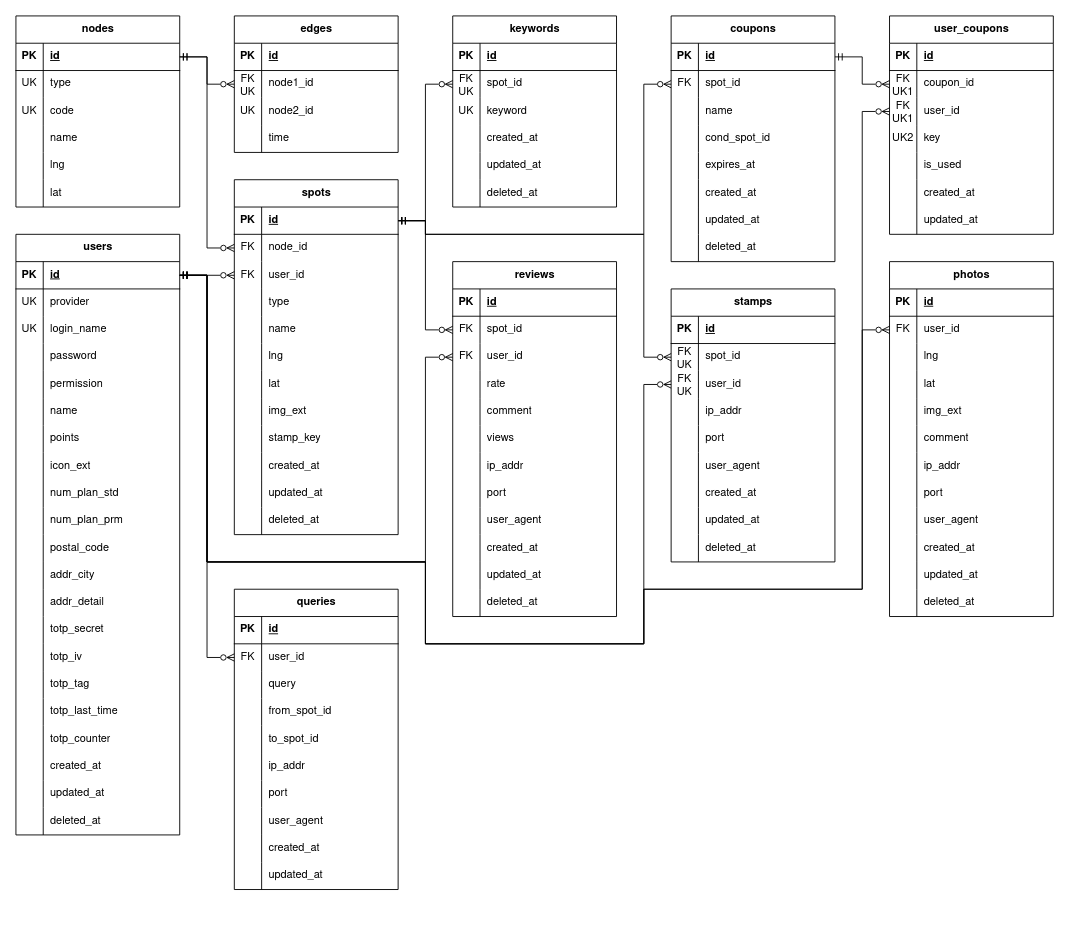
r02092/se2025 keeps this draw.io diagram as docs/figure/gaibu-er.drawio. Above is the earlier version. Source tidied: cells renumbered, new cells numbered last; positions are measured from the earlier drawing's top-left corner, leaving out a move shared by most shapes. Both pictures are drawn from the tidied source at 91%, with x=0, y=0 at pixel (15, 15).
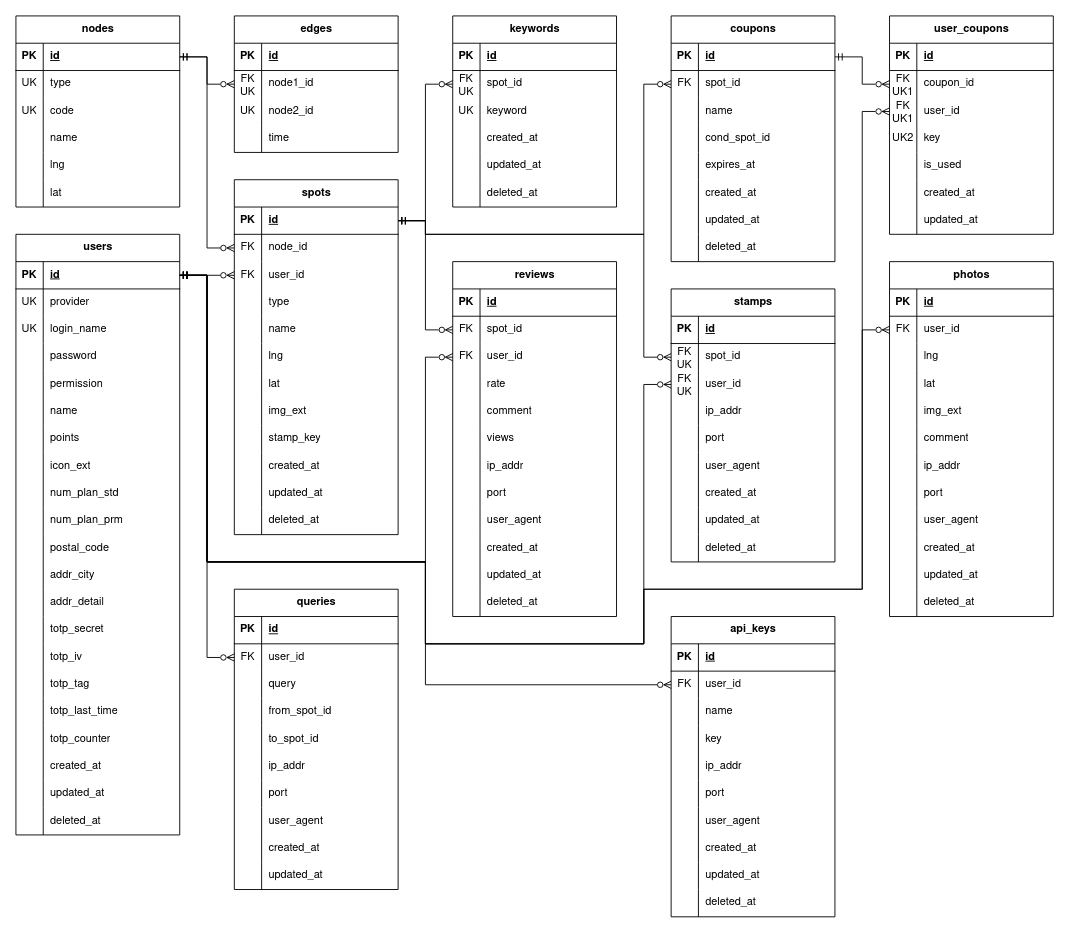
After the change.

The change refers to these unchanged cells:
```xml
<mxCell id="74" style="shape=tableRow;horizontal=0;startSize=0;swimlaneHead=0;swimlaneBody=0;fillColor=none;points=[[0,0.5],[1,0.5]];portConstraint=eastwest;top=0;left=0;right=0;bottom=1;fontFamily=Nimbus Sans;" parent="73" vertex="1">
  <mxGeometry y="30" width="180" height="30" as="geometry" />
</mxCell>
```

Diff of the diagram source:
```diff
@@
+    <mxCell id="347" value="api_keys" style="shape=table;startSize=30;childLayout=tableLayout;rowLines=0;fontStyle=1;align=center;html=1;fontFamily=Nimbus Sans;" parent="1" vertex="1">
+      <mxGeometry x="720" y="660" width="180" height="330" as="geometry" />
+    </mxCell>
+    <mxCell id="348" style="shape=tableRow;horizontal=0;startSize=0;swimlaneHead=0;swimlaneBody=0;fillColor=none;top=0;left=0;right=0;bottom=1;fontFamily=Nimbus Sans;" parent="347" vertex="1">
+      <mxGeometry y="30" width="180" height="30" as="geometry" />
+    </mxCell>
+    <mxCell id="349" value="PK" style="shape=partialRectangle;fillColor=none;top=0;left=0;bottom=0;right=0;fontStyle=1;overflow=hidden;whiteSpace=wrap;html=1;fontFamily=Nimbus Sans;" parent="348" vertex="1">
+      <mxGeometry width="30" height="30" as="geometry" />
+    </mxCell>
+    <mxCell id="350" value="id" style="shape=partialRectangle;fillColor=none;top=0;left=0;bottom=0;right=0;align=left;spacingLeft=6;fontStyle=5;overflow=hidden;whiteSpace=wrap;html=1;fontFamily=Nimbus Sans;" parent="348" vertex="1">
+      <mxGeometry x="30" width="150" height="30" as="geometry" />
+    </mxCell>
+    <mxCell id="351" style="shape=tableRow;horizontal=0;startSize=0;swimlaneHead=0;swimlaneBody=0;fillColor=none;points=[[0,0.5],[1,0.5]];portConstraint=eastwest;top=0;left=0;right=0;bottom=0;fontFamily=Nimbus Sans;" parent="347" vertex="1">
+      <mxGeometry y="60" width="180" height="30" as="geometry" />
+    </mxCell>
+    <mxCell id="352" value="FK" style="shape=partialRectangle;fillColor=none;top=0;left=0;bottom=0;right=0;overflow=hidden;whiteSpace=wrap;html=1;fontFamily=Nimbus Sans;" parent="351" vertex="1">
+      <mxGeometry width="30" height="30" as="geometry" />
+    </mxCell>
+    <mxCell id="353" value="user_id" style="shape=partialRectangle;fillColor=none;top=0;left=0;bottom=0;right=0;align=left;spacingLeft=6;overflow=hidden;whiteSpace=wrap;html=1;fontFamily=Nimbus Sans;" parent="351" vertex="1">
+      <mxGeometry x="30" width="150" height="30" as="geometry" />
+    </mxCell>
+    <mxCell id="354" style="shape=tableRow;horizontal=0;startSize=0;swimlaneHead=0;swimlaneBody=0;fillColor=none;top=0;left=0;right=0;bottom=0;fontFamily=Nimbus Sans;" parent="347" vertex="1">
+      <mxGeometry y="90" width="180" height="30" as="geometry" />
+    </mxCell>
+    <mxCell id="355" style="shape=partialRectangle;fillColor=none;top=0;left=0;bottom=0;right=0;overflow=hidden;whiteSpace=wrap;html=1;fontFamily=Nimbus Sans;" parent="354" vertex="1">
+      <mxGeometry width="30" height="30" as="geometry" />
+    </mxCell>
+    <mxCell id="356" value="name" style="shape=partialRectangle;fillColor=none;top=0;left=0;bottom=0;right=0;align=left;spacingLeft=6;overflow=hidden;whiteSpace=wrap;html=1;fontFamily=Nimbus Sans;" parent="354" vertex="1">
+      <mxGeometry x="30" width="150" height="30" as="geometry" />
+    </mxCell>
+    <mxCell id="357" style="shape=tableRow;horizontal=0;startSize=0;swimlaneHead=0;swimlaneBody=0;fillColor=none;top=0;left=0;right=0;bottom=0;fontFamily=Nimbus Sans;" parent="347" vertex="1">
+      <mxGeometry y="120" width="180" height="30" as="geometry" />
+    </mxCell>
+    <mxCell id="358" style="shape=partialRectangle;fillColor=none;top=0;left=0;bottom=0;right=0;overflow=hidden;whiteSpace=wrap;html=1;fontFamily=Nimbus Sans;" parent="357" vertex="1">
+      <mxGeometry width="30" height="30" as="geometry" />
+    </mxCell>
+    <mxCell id="359" value="key" style="shape=partialRectangle;fillColor=none;top=0;left=0;bottom=0;right=0;align=left;spacingLeft=6;overflow=hidden;whiteSpace=wrap;html=1;fontFamily=Nimbus Sans;" parent="357" vertex="1">
+      <mxGeometry x="30" width="150" height="30" as="geometry" />
+    </mxCell>
+    <mxCell id="360" style="shape=tableRow;horizontal=0;startSize=0;swimlaneHead=0;swimlaneBody=0;fillColor=none;top=0;left=0;right=0;bottom=0;fontFamily=Nimbus Sans;" parent="347" vertex="1">
+      <mxGeometry y="150" width="180" height="30" as="geometry" />
+    </mxCell>
+    <mxCell id="361" style="shape=partialRectangle;fillColor=none;top=0;left=0;bottom=0;right=0;overflow=hidden;whiteSpace=wrap;html=1;fontFamily=Nimbus Sans;" parent="360" vertex="1">
+      <mxGeometry width="30" height="30" as="geometry" />
+    </mxCell>
+    <mxCell id="362" value="ip_addr" style="shape=partialRectangle;fillColor=none;top=0;left=0;bottom=0;right=0;align=left;spacingLeft=6;overflow=hidden;whiteSpace=wrap;html=1;fontFamily=Nimbus Sans;" parent="360" vertex="1">
+      <mxGeometry x="30" width="150" height="30" as="geometry" />
+    </mxCell>
+    <mxCell id="363" style="shape=tableRow;horizontal=0;startSize=0;swimlaneHead=0;swimlaneBody=0;fillColor=none;top=0;left=0;right=0;bottom=0;fontFamily=Nimbus Sans;" parent="347" vertex="1">
+      <mxGeometry y="180" width="180" height="30" as="geometry" />
+    </mxCell>
+    <mxCell id="364" style="shape=partialRectangle;fillColor=none;top=0;left=0;bottom=0;right=0;overflow=hidden;whiteSpace=wrap;html=1;fontFamily=Nimbus Sans;" parent="363" vertex="1">
+      <mxGeometry width="30" height="30" as="geometry" />
+    </mxCell>
+    <mxCell id="365" value="port" style="shape=partialRectangle;fillColor=none;top=0;left=0;bottom=0;right=0;align=left;spacingLeft=6;overflow=hidden;whiteSpace=wrap;html=1;fontFamily=Nimbus Sans;" parent="363" vertex="1">
+      <mxGeometry x="30" width="150" height="30" as="geometry" />
+    </mxCell>
+    <mxCell id="366" style="shape=tableRow;horizontal=0;startSize=0;swimlaneHead=0;swimlaneBody=0;fillColor=none;top=0;left=0;right=0;bottom=0;fontFamily=Nimbus Sans;" parent="347" vertex="1">
+      <mxGeometry y="210" width="180" height="30" as="geometry" />
+    </mxCell>
+    <mxCell id="367" style="shape=partialRectangle;fillColor=none;top=0;left=0;bottom=0;right=0;overflow=hidden;whiteSpace=wrap;html=1;fontFamily=Nimbus Sans;" parent="366" vertex="1">
+      <mxGeometry width="30" height="30" as="geometry" />
+    </mxCell>
+    <mxCell id="368" value="user_agent" style="shape=partialRectangle;fillColor=none;top=0;left=0;bottom=0;right=0;align=left;spacingLeft=6;overflow=hidden;whiteSpace=wrap;html=1;fontFamily=Nimbus Sans;" parent="366" vertex="1">
+      <mxGeometry x="30" width="150" height="30" as="geometry" />
+    </mxCell>
+    <mxCell id="369" style="shape=tableRow;horizontal=0;startSize=0;swimlaneHead=0;swimlaneBody=0;fillColor=none;top=0;left=0;right=0;bottom=0;fontFamily=Nimbus Sans;" parent="347" vertex="1">
+      <mxGeometry y="240" width="180" height="30" as="geometry" />
+    </mxCell>
+    <mxCell id="370" style="shape=partialRectangle;fillColor=none;top=0;left=0;bottom=0;right=0;overflow=hidden;whiteSpace=wrap;html=1;fontFamily=Nimbus Sans;" parent="369" vertex="1">
+      <mxGeometry width="30" height="30" as="geometry" />
+    </mxCell>
+    <mxCell id="371" value="created_at" style="shape=partialRectangle;fillColor=none;top=0;left=0;bottom=0;right=0;align=left;spacingLeft=6;overflow=hidden;whiteSpace=wrap;html=1;fontFamily=Nimbus Sans;" parent="369" vertex="1">
+      <mxGeometry x="30" width="150" height="30" as="geometry" />
+    </mxCell>
+    <mxCell id="372" style="shape=tableRow;horizontal=0;startSize=0;swimlaneHead=0;swimlaneBody=0;fillColor=none;top=0;left=0;right=0;bottom=0;fontFamily=Nimbus Sans;" parent="347" vertex="1">
+      <mxGeometry y="270" width="180" height="30" as="geometry" />
+    </mxCell>
+    <mxCell id="373" style="shape=partialRectangle;fillColor=none;top=0;left=0;bottom=0;right=0;overflow=hidden;whiteSpace=wrap;html=1;fontFamily=Nimbus Sans;" parent="372" vertex="1">
+      <mxGeometry width="30" height="30" as="geometry" />
+    </mxCell>
+    <mxCell id="374" value="updated_at" style="shape=partialRectangle;fillColor=none;top=0;left=0;bottom=0;right=0;align=left;spacingLeft=6;overflow=hidden;whiteSpace=wrap;html=1;fontFamily=Nimbus Sans;" parent="372" vertex="1">
+      <mxGeometry x="30" width="150" height="30" as="geometry" />
+    </mxCell>
+    <mxCell id="375" style="shape=tableRow;horizontal=0;startSize=0;swimlaneHead=0;swimlaneBody=0;fillColor=none;top=0;left=0;right=0;bottom=0;fontFamily=Nimbus Sans;" parent="347" vertex="1">
+      <mxGeometry y="300" width="180" height="30" as="geometry" />
+    </mxCell>
+    <mxCell id="376" style="shape=partialRectangle;fillColor=none;top=0;left=0;bottom=0;right=0;overflow=hidden;whiteSpace=wrap;html=1;fontFamily=Nimbus Sans;" parent="375" vertex="1">
+      <mxGeometry width="30" height="30" as="geometry" />
+    </mxCell>
+    <mxCell id="377" value="deleted_at" style="shape=partialRectangle;fillColor=none;top=0;left=0;bottom=0;right=0;align=left;spacingLeft=6;overflow=hidden;whiteSpace=wrap;html=1;fontFamily=Nimbus Sans;" parent="375" vertex="1">
+      <mxGeometry x="30" width="150" height="30" as="geometry" />
+    </mxCell>
+    <mxCell id="378" style="edgeStyle=orthogonalEdgeStyle;rounded=0;jettySize=auto;html=1;exitX=1;exitY=0.5;exitDx=0;exitDy=0;entryX=0;entryY=0.5;entryDx=0;entryDy=0;startArrow=ERmandOne;startFill=0;endArrow=ERzeroToMany;endFill=0;" parent="1" edge="1" source="74" target="351">
+      <mxGeometry relative="1" as="geometry">
+        <Array as="points">
+          <mxPoint x="210" y="285" />
+          <mxPoint x="210" y="600" />
+          <mxPoint x="450" y="600" />
+          <mxPoint x="450" y="735" />
+        </Array>
+      </mxGeometry>
+    </mxCell>
```
